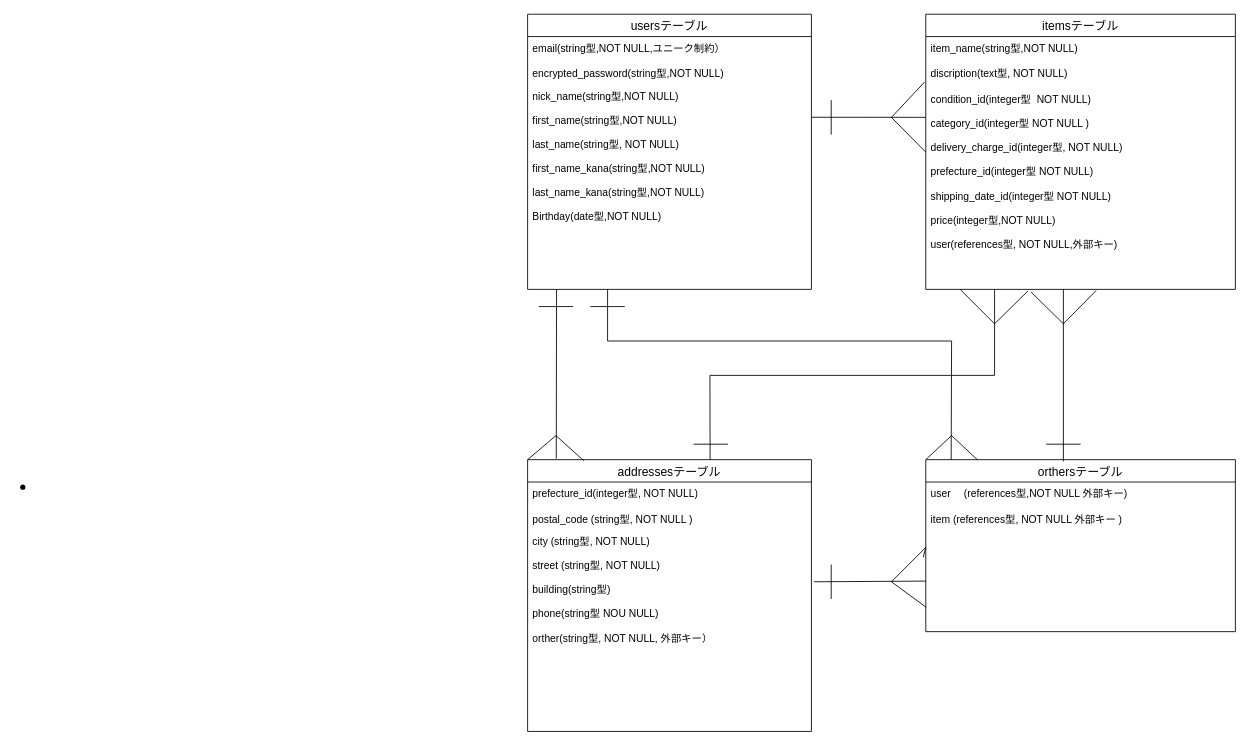
The draw.io diagram furima.dio in sukonvu/furima-39117, before the edit. Source tidied: cells renumbered, new cells numbered last; positions are measured from the earlier drawing's top-left corner, leaving out a move shared by most shapes. Both pictures are drawn from the tidied source at 86%, with x=0, y=0 at pixel (14, 14).
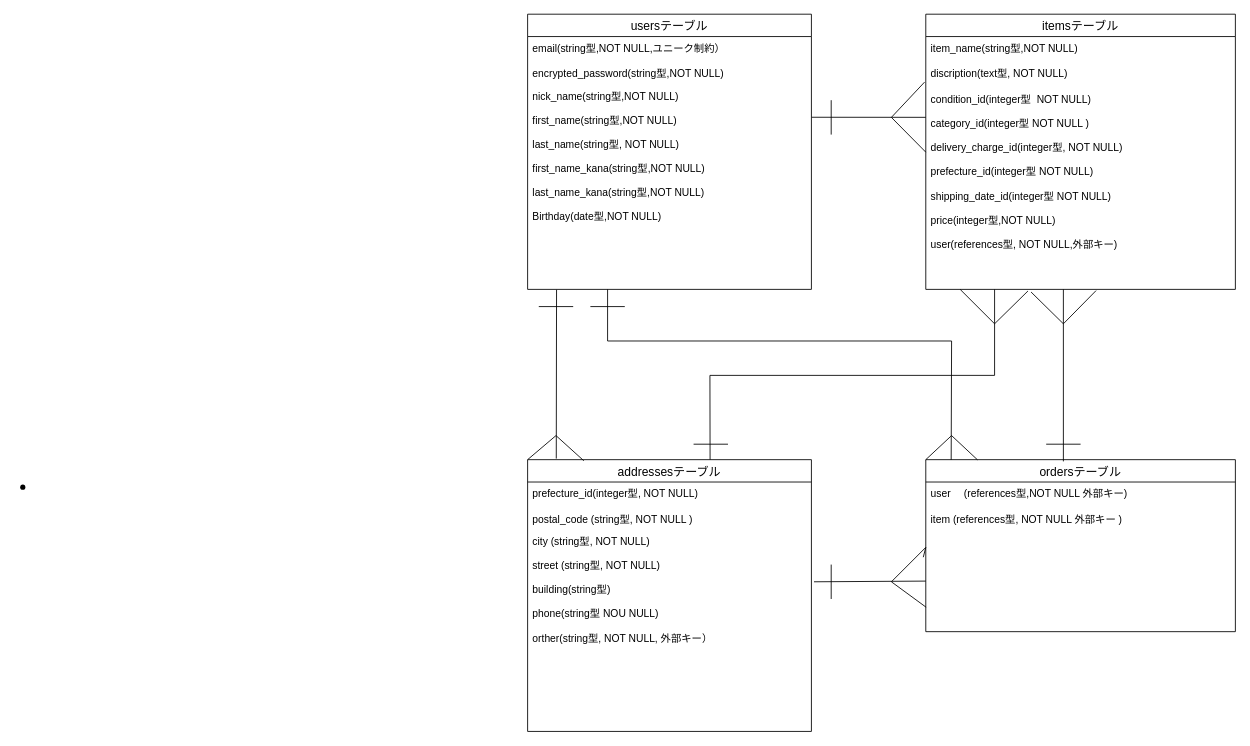
The same diagram, later.

Change to the diagram source:
```diff
@@
-    <mxCell id="10" value="orthersテーブル" style="swimlane;fontStyle=0;horizontal=1;startSize=26;align=center;fontSize=14;" parent="1" vertex="1">
+    <mxCell id="10" value="ordersテーブル" style="swimlane;fontStyle=0;horizontal=1;startSize=26;align=center;fontSize=14;" parent="1" vertex="1">
       <mxGeometry x="1060" y="518" width="360" height="200" as="geometry" />
     </mxCell>
```
